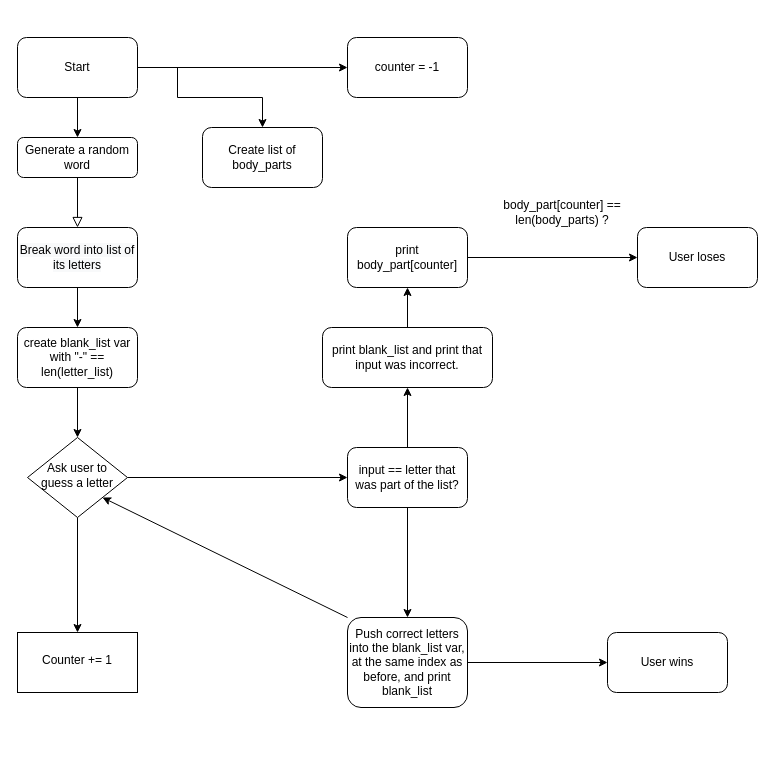
jai-jalah/100-days-of-python keeps this draw.io diagram as Untitled Diagram.drawio. Above is the earlier version. Source tidied: cells renumbered, new cells numbered last; positions are measured from the earlier drawing's top-left corner, leaving out a move shared by most shapes. Both pictures are drawn from the tidied source at 100%, with x=0, y=0 at pixel (17, 37).
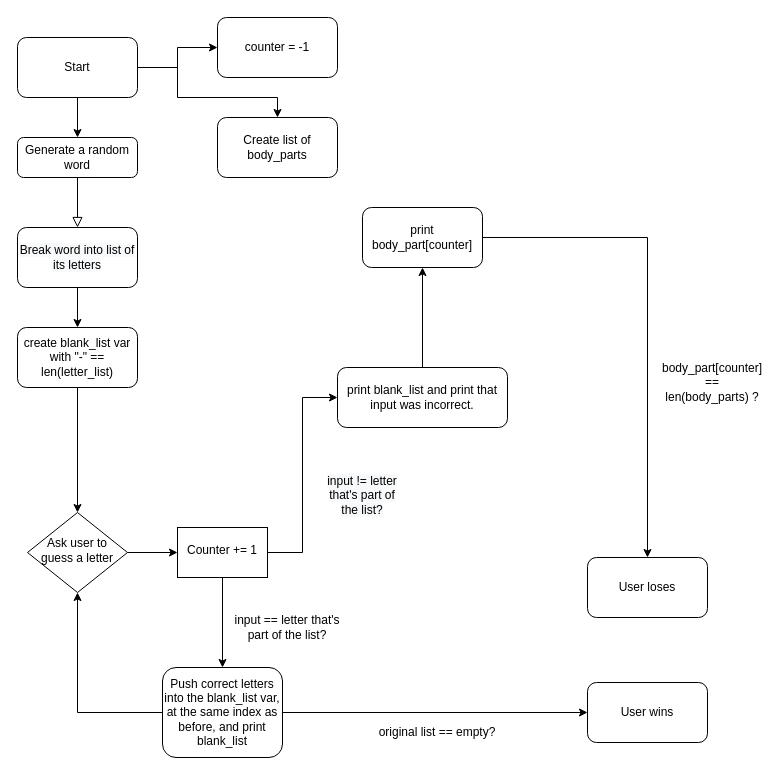
The same page after the edit.

Commit message:
Update Day 7 Hangman Flow Chart

Change to the diagram source:
```diff
@@
-    <mxCell id="4" style="edgeStyle=orthogonalEdgeStyle;rounded=0;jettySize=auto;html=1;" parent="1" edge="1" source="6" target="9">
-      <mxGeometry relative="1" as="geometry" />
-    </mxCell>
-    <mxCell id="5" style="edgeStyle=orthogonalEdgeStyle;rounded=0;jettySize=auto;html=1;" parent="1" edge="1" source="6" target="29">
-      <mxGeometry relative="1" as="geometry" />
-    </mxCell>
+    <mxCell id="31" style="edgeStyle=orthogonalEdgeStyle;rounded=0;jettySize=auto;html=1;entryX=0;entryY=0.5;entryDx=0;entryDy=0;" parent="1" edge="1" source="29" target="13">
+      <mxGeometry relative="1" as="geometry" />
+    </mxCell>
     <mxCell id="6" value="Ask user to guess a letter" style="rhombus;whiteSpace=wrap;html=1;shadow=0;fontFamily=Helvetica;fontSize=12;align=center;strokeWidth=1;spacing=6;spacingTop=-4;" parent="1" vertex="1">
-      <mxGeometry x="10" y="400" width="100" height="80" as="geometry" />
+      <mxGeometry x="10" y="475" width="100" height="80" as="geometry" />
     </mxCell>
-    <mxCell id="7" style="edgeStyle=orthogonalEdgeStyle;rounded=0;jettySize=auto;html=1;" parent="1" edge="1" source="9" target="11">
-      <mxGeometry relative="1" as="geometry" />
-    </mxCell>
-    <mxCell id="8" style="edgeStyle=orthogonalEdgeStyle;rounded=0;jettySize=auto;html=1;" parent="1" edge="1" source="9" target="13">
-      <mxGeometry relative="1" as="geometry" />
-    </mxCell>
-    <mxCell id="9" value="input == letter that was part of the list?" style="whiteSpace=wrap;html=1;rounded=1;shadow=0;strokeWidth=1;glass=0;" parent="1" vertex="1">
-      <mxGeometry x="330" y="410" width="120" height="60" as="geometry" />
-    </mxCell>
@@
+    <mxCell id="16" style="edgeStyle=orthogonalEdgeStyle;rounded=0;jettySize=auto;html=1;entryX=0.5;entryY=1;entryDx=0;entryDy=0;" parent="1" edge="1" source="11" target="6">
+      <mxGeometry relative="1" as="geometry" />
+    </mxCell>
     <mxCell id="11" value="Push correct letters into the blank_list var, at the same index as before, and print blank_list" style="whiteSpace=wrap;html=1;rounded=1;shadow=0;strokeWidth=1;glass=0;" parent="1" vertex="1">
-      <mxGeometry x="330" y="580" width="120" height="90" as="geometry" />
+      <mxGeometry x="145" y="630" width="120" height="90" as="geometry" />
     </mxCell>
@@
     <mxCell id="13" value="print blank_list and print that input was incorrect." style="whiteSpace=wrap;html=1;rounded=1;shadow=0;strokeWidth=1;glass=0;" parent="1" vertex="1">
-      <mxGeometry x="305" y="290" width="170" height="60" as="geometry" />
+      <mxGeometry x="320" y="330" width="170" height="60" as="geometry" />
     </mxCell>
@@
     <mxCell id="15" value="print body_part[counter]" style="whiteSpace=wrap;html=1;rounded=1;shadow=0;strokeWidth=1;glass=0;" parent="1" vertex="1">
-      <mxGeometry x="330" y="190" width="120" height="60" as="geometry" />
+      <mxGeometry x="345" y="170" width="120" height="60" as="geometry" />
     </mxCell>
-    <mxCell id="16" style="endArrow=classic;html=1;exitX=0;exitY=0;exitDx=0;exitDy=0;entryX=1;entryY=1;entryDx=0;entryDy=0;" parent="1" edge="1" source="11" target="6">
-      <mxGeometry relative="1" as="geometry" />
-    </mxCell>
@@
     <mxCell id="19" value="User loses" style="whiteSpace=wrap;html=1;rounded=1;shadow=0;strokeWidth=1;glass=0;" parent="1" vertex="1">
-      <mxGeometry x="620" y="190" width="120" height="60" as="geometry" />
+      <mxGeometry x="570" y="520" width="120" height="60" as="geometry" />
     </mxCell>
     <mxCell id="20" value="User wins" style="whiteSpace=wrap;html=1;rounded=1;shadow=0;strokeWidth=1;glass=0;" parent="1" vertex="1">
-      <mxGeometry x="590" y="595" width="120" height="60" as="geometry" />
+      <mxGeometry x="570" y="645" width="120" height="60" as="geometry" />
     </mxCell>
     <mxCell id="21" value="body_part[counter] == len(body_parts) ?" style="text;html=1;strokeColor=none;fillColor=none;align=center;verticalAlign=middle;whiteSpace=wrap;rounded=0;" parent="1" vertex="1">
-      <mxGeometry x="470" y="130" width="150" height="90" as="geometry" />
+      <mxGeometry x="660" y="270" width="70" height="150" as="geometry" />
     </mxCell>
@@
     <mxCell id="28" value="Create list of body_parts" style="whiteSpace=wrap;html=1;rounded=1;shadow=0;" parent="1" vertex="1">
-      <mxGeometry x="185" y="90" width="120" height="60" as="geometry" />
+      <mxGeometry x="200" y="80" width="120" height="60" as="geometry" />
     </mxCell>
+    <mxCell id="30" value="counter = -1" style="rounded=1;whiteSpace=wrap;html=1;shadow=0;" parent="1" vertex="1">
+      <mxGeometry x="200" y="-20" width="120" height="60" as="geometry" />
+    </mxCell>
+    <mxCell id="32" value="input == letter that's part of the list?" style="text;html=1;strokeColor=none;fillColor=none;align=center;verticalAlign=middle;whiteSpace=wrap;rounded=0;shadow=0;" parent="1" vertex="1">
+      <mxGeometry x="210" y="560" width="120" height="60" as="geometry" />
+    </mxCell>
+    <mxCell id="33" value="&lt;span style=&quot;color: rgb(0 , 0 , 0) ; font-family: &amp;#34;helvetica&amp;#34; ; font-size: 12px ; font-style: normal ; font-weight: 400 ; letter-spacing: normal ; text-indent: 0px ; text-transform: none ; word-spacing: 0px ; background-color: rgb(248 , 249 , 250) ; display: inline ; float: none&quot;&gt;input != letter that's part of the list?&lt;/span&gt;" style="text;whiteSpace=wrap;html=1;align=center;" parent="1" vertex="1">
+      <mxGeometry x="305" y="430" width="80" height="30" as="geometry" />
+    </mxCell>
+    <mxCell id="34" style="edgeStyle=orthogonalEdgeStyle;rounded=0;jettySize=auto;html=1;" parent="1" edge="1" source="29" target="11">
+      <mxGeometry relative="1" as="geometry" />
+    </mxCell>
     <mxCell id="29" value="Counter += 1" style="whiteSpace=wrap;html=1;shadow=0;strokeWidth=1;spacing=6;spacingTop=-4;" parent="1" vertex="1">
-      <mxGeometry y="595" width="120" height="60" as="geometry" />
+      <mxGeometry x="160" y="490" width="90" height="50" as="geometry" />
     </mxCell>
-    <mxCell id="30" value="counter = -1" style="rounded=1;whiteSpace=wrap;html=1;shadow=0;" parent="1" vertex="1">
-      <mxGeometry x="330" width="120" height="60" as="geometry" />
-    </mxCell>
+    <mxCell id="5" style="edgeStyle=orthogonalEdgeStyle;rounded=0;jettySize=auto;html=1;entryX=0;entryY=0.5;entryDx=0;entryDy=0;" parent="1" edge="1" source="6" target="29">
+      <mxGeometry relative="1" as="geometry" />
+    </mxCell>
+    <mxCell id="35" style="edgeStyle=orthogonalEdgeStyle;rounded=0;orthogonalLoop=1;jettySize=auto;html=1;exitX=0.5;exitY=1;exitDx=0;exitDy=0;" parent="1" edge="1" source="32" target="32">
+      <mxGeometry relative="1" as="geometry" />
+    </mxCell>
+    <mxCell id="36" value="original list == empty?" style="text;html=1;strokeColor=none;fillColor=none;align=center;verticalAlign=middle;whiteSpace=wrap;rounded=0;shadow=0;" parent="1" vertex="1">
+      <mxGeometry x="350" y="685" width="140" height="20" as="geometry" />
+    </mxCell>
```
